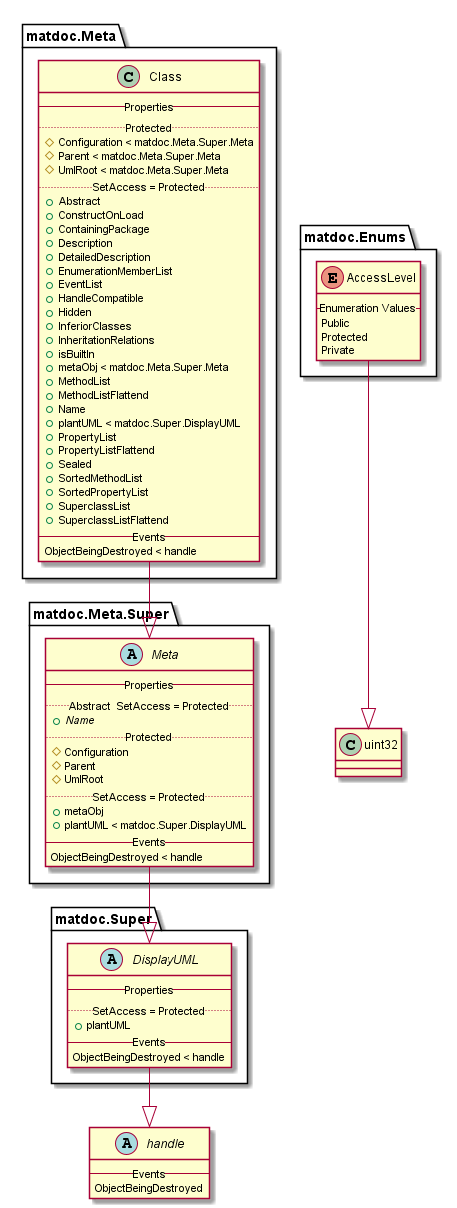
This is doc/uml-examples/export-class-HideMethods-true.png from flxdot/matdoc, a PlantUML export, as it was before one commit.
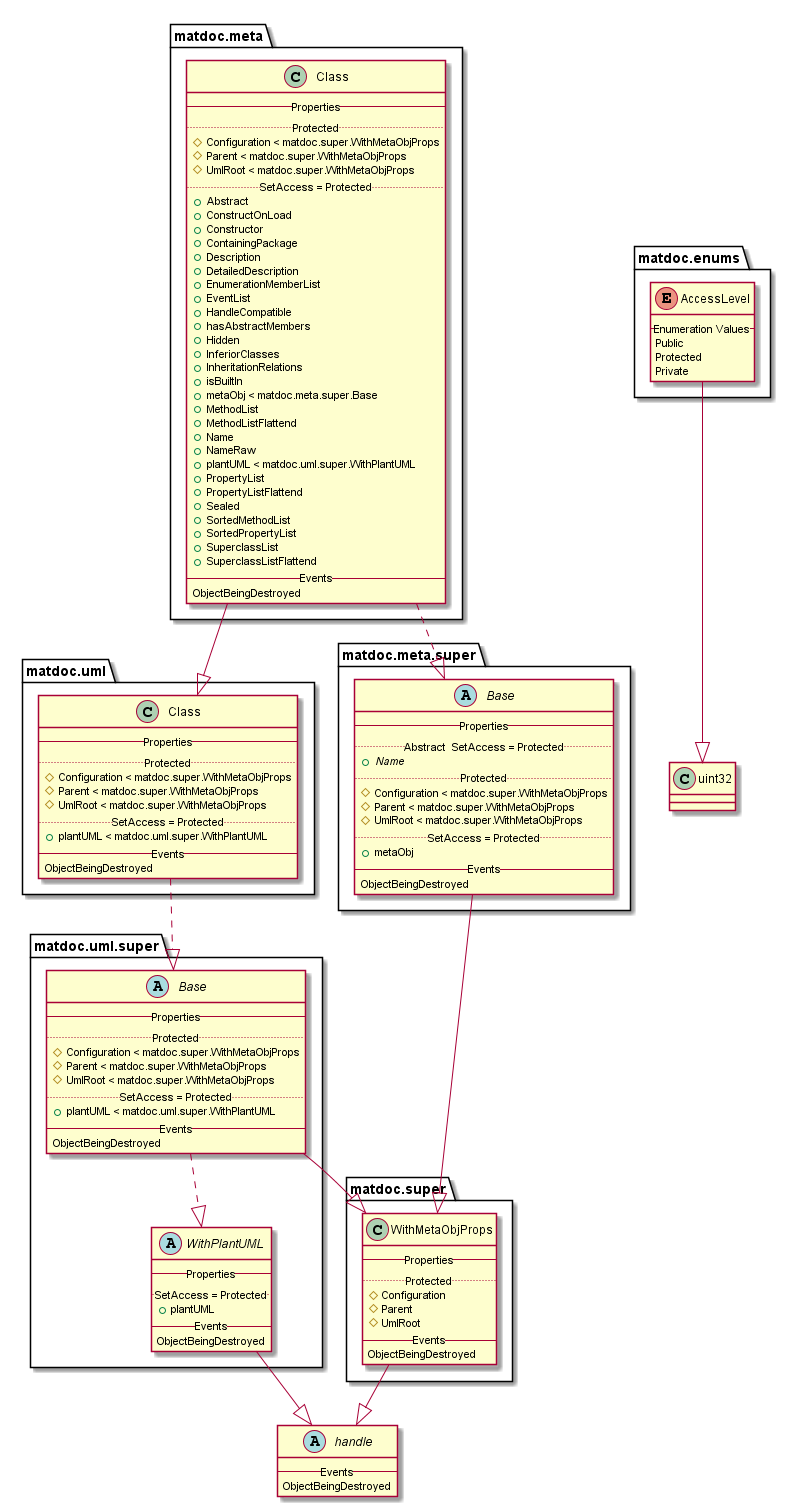
The same file after the commit.

The edit, as a diff of the source:
```diff
@@ -6,39 +6,42 @@
 }
 
 
-enum matdoc.Enums.AccessLevel {
+enum matdoc.enums.AccessLevel {
    -- Enumeration Values --
    Public
    Protected
    Private
 }
 
-matdoc.Enums.AccessLevel --|> uint32
+matdoc.enums.AccessLevel --|> uint32
 
-class matdoc.Meta.Class {
+class matdoc.meta.Class {
    -- Properties --
    .. Protected ..
-   {field} # Configuration < matdoc.Meta.Super.Meta
-   {field} # Parent < matdoc.Meta.Super.Meta
-   {field} # UmlRoot < matdoc.Meta.Super.Meta
+   {field} # Configuration < matdoc.super.WithMetaObjProps
+   {field} # Parent < matdoc.super.WithMetaObjProps
+   {field} # UmlRoot < matdoc.super.WithMetaObjProps
    .. SetAccess = Protected ..
    {field} + Abstract
    {field} + ConstructOnLoad
+   {field} + Constructor
    {field} + ContainingPackage
    {field} + Description
    {field} + DetailedDescription
    {field} + EnumerationMemberList
    {field} + EventList
    {field} + HandleCompatible
+   {field} + hasAbstractMembers
    {field} + Hidden
    {field} + InferiorClasses
    {field} + InheritationRelations
    {field} + isBuiltIn
-   {field} + metaObj < matdoc.Meta.Super.Meta
+   {field} + metaObj < matdoc.meta.super.Base
    {field} + MethodList
    {field} + MethodListFlattend
    {field} + Name
-   {field} + plantUML < matdoc.Super.DisplayUML
+   {field} + NameRaw
+   {field} + plantUML < matdoc.uml.super.WithPlantUML
    {field} + PropertyList
    {field} + PropertyListFlattend
    {field} + Sealed
@@ -47,37 +50,78 @@
    {field} + SuperclassList
    {field} + SuperclassListFlattend
    -- Events --
-   ObjectBeingDestroyed < handle
+   ObjectBeingDestroyed
 }
 
-matdoc.Meta.Class --|> matdoc.Meta.Super.Meta
+matdoc.meta.Class ..|> matdoc.meta.super.Base
+matdoc.meta.Class --|> matdoc.uml.Class
 
-abstract class matdoc.Meta.Super.Meta {
+abstract class matdoc.meta.super.Base {
    -- Properties --
    .. Abstract  SetAccess = Protected ..
    {field}{abstract} + Name
    .. Protected ..
+   {field} # Configuration < matdoc.super.WithMetaObjProps
+   {field} # Parent < matdoc.super.WithMetaObjProps
+   {field} # UmlRoot < matdoc.super.WithMetaObjProps
+   .. SetAccess = Protected ..
+   {field} + metaObj
+   -- Events --
+   ObjectBeingDestroyed
+}
+
+matdoc.meta.super.Base --|> matdoc.super.WithMetaObjProps
+
+class matdoc.super.WithMetaObjProps {
+   -- Properties --
+   .. Protected ..
    {field} # Configuration
    {field} # Parent
    {field} # UmlRoot
-   .. SetAccess = Protected ..
-   {field} + metaObj
-   {field} + plantUML < matdoc.Super.DisplayUML
    -- Events --
-   ObjectBeingDestroyed < handle
+   ObjectBeingDestroyed
 }
 
-matdoc.Meta.Super.Meta --|> matdoc.Super.DisplayUML
+matdoc.super.WithMetaObjProps --|> handle
 
-abstract class matdoc.Super.DisplayUML {
+class matdoc.uml.Class {
+   -- Properties --
+   .. Protected ..
+   {field} # Configuration < matdoc.super.WithMetaObjProps
+   {field} # Parent < matdoc.super.WithMetaObjProps
+   {field} # UmlRoot < matdoc.super.WithMetaObjProps
+   .. SetAccess = Protected ..
+   {field} + plantUML < matdoc.uml.super.WithPlantUML
+   -- Events --
+   ObjectBeingDestroyed
+}
+
+matdoc.uml.Class ..|> matdoc.uml.super.Base
+
+abstract class matdoc.uml.super.Base {
+   -- Properties --
+   .. Protected ..
+   {field} # Configuration < matdoc.super.WithMetaObjProps
+   {field} # Parent < matdoc.super.WithMetaObjProps
+   {field} # UmlRoot < matdoc.super.WithMetaObjProps
+   .. SetAccess = Protected ..
+   {field} + plantUML < matdoc.uml.super.WithPlantUML
+   -- Events --
+   ObjectBeingDestroyed
+}
+
+matdoc.uml.super.Base --|> matdoc.super.WithMetaObjProps
+matdoc.uml.super.Base ..|> matdoc.uml.super.WithPlantUML
+
+abstract class matdoc.uml.super.WithPlantUML {
    -- Properties --
    .. SetAccess = Protected ..
    {field} + plantUML
    -- Events --
-   ObjectBeingDestroyed < handle
+   ObjectBeingDestroyed
 }
 
-matdoc.Super.DisplayUML --|> handle
+matdoc.uml.super.WithPlantUML --|> handle
 
 class uint32 {
 }
```
